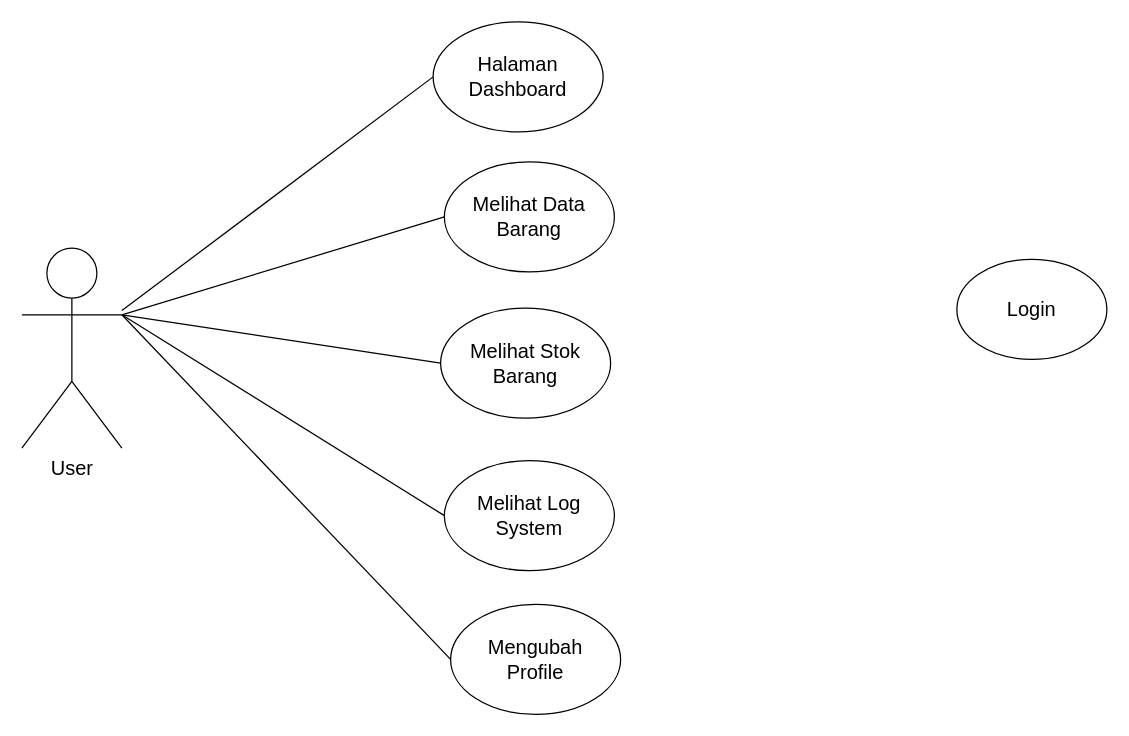
Above: Usecase Diagram GudangKu.drawio in Kantrawibawa10/Draw-I-O (draw.io), before the change. Source tidied: cells renumbered, new cells numbered last; positions are measured from the earlier drawing's top-left corner, leaving out a move shared by most shapes. Both pictures are drawn from the tidied source at 125%, with x=0, y=0 at pixel (21, 21).
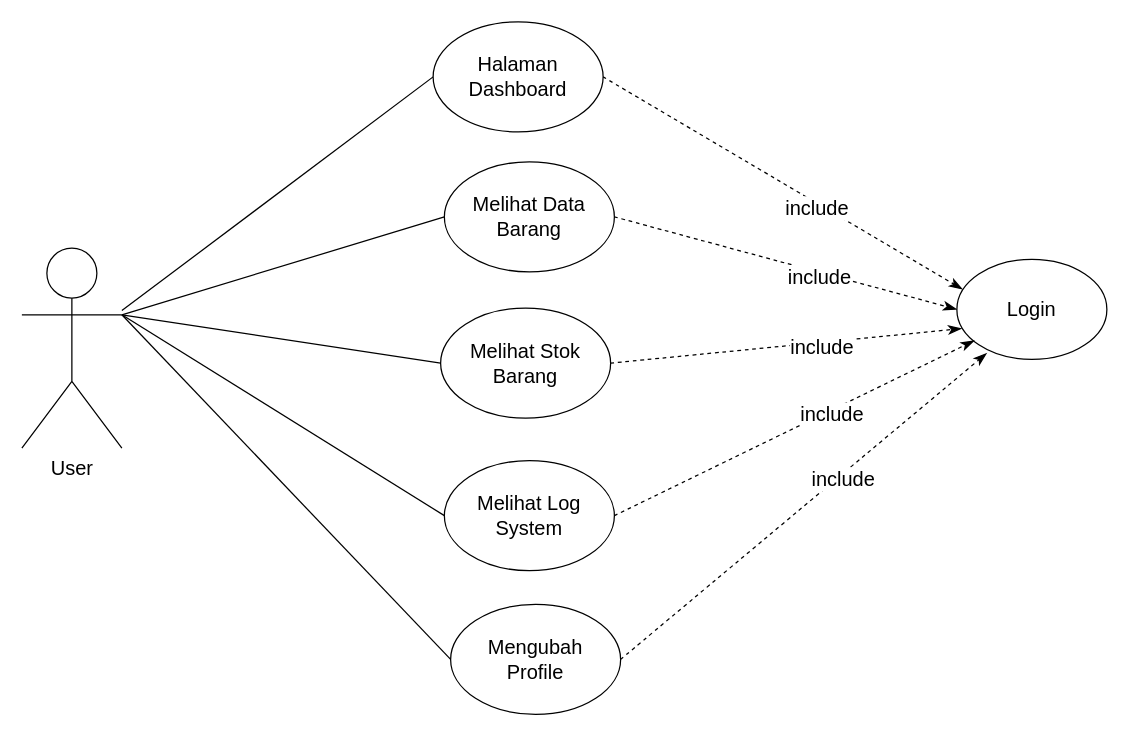
The same diagram, later.

Unchanged cells that the change refers to:
```xml
<mxCell id="5" value="Halaman Dashboard" style="ellipse;whiteSpace=wrap;html=1;fontSize=16;" parent="1" vertex="1">
  <mxGeometry x="329" width="136" height="88" as="geometry" />
</mxCell>
<mxCell id="6" value="Melihat Data Barang" style="ellipse;whiteSpace=wrap;html=1;fontSize=16;" parent="1" vertex="1">
  <mxGeometry x="338" y="112" width="136" height="88" as="geometry" />
</mxCell>
<mxCell id="7" value="Melihat Stok Barang" style="ellipse;whiteSpace=wrap;html=1;fontSize=16;" parent="1" vertex="1">
  <mxGeometry x="335" y="229" width="136" height="88" as="geometry" />
</mxCell>
<mxCell id="9" value="Melihat Log System" style="ellipse;whiteSpace=wrap;html=1;fontSize=16;" parent="1" vertex="1">
  <mxGeometry x="338" y="351" width="136" height="88" as="geometry" />
</mxCell>
<mxCell id="11" value="Mengubah &lt;br&gt;Profile" style="ellipse;whiteSpace=wrap;html=1;fontSize=16;" parent="1" vertex="1">
  <mxGeometry x="343" y="466" width="136" height="88" as="geometry" />
</mxCell>
<mxCell id="13" value="Login" style="ellipse;whiteSpace=wrap;html=1;fontSize=16;" parent="1" vertex="1">
  <mxGeometry x="748" y="190" width="120" height="80" as="geometry" />
</mxCell>
```

Diff of the diagram source:
```diff
@@
+    <mxCell id="14" style="endArrow=classicThin;dashed=1;html=1;rounded=0;fontSize=12;startSize=8;endSize=8;curved=1;entryX=0.039;entryY=0.3;entryDx=0;entryDy=0;exitX=1;exitY=0.5;exitDx=0;exitDy=0;endFill=1;entryPerimeter=0;" parent="1" edge="1" source="5" target="13">
+      <mxGeometry relative="1" as="geometry" />
+    </mxCell>
+    <mxCell id="15" value="include" style="edgeLabel;html=1;align=center;verticalAlign=middle;fontSize=16;" parent="14" vertex="1">
+      <mxGeometry x="0.2" y="-3" relative="1" as="geometry" />
+    </mxCell>
+    <mxCell id="16" style="endArrow=classicThin;dashed=1;html=1;rounded=0;fontSize=12;startSize=8;endSize=8;curved=1;exitX=1;exitY=0.5;exitDx=0;exitDy=0;endFill=1;entryX=0;entryY=0.5;entryDx=0;entryDy=0;" parent="1" edge="1" source="6" target="13">
+      <mxGeometry relative="1" as="geometry" />
+    </mxCell>
+    <mxCell id="17" value="include" style="edgeLabel;html=1;align=center;verticalAlign=middle;fontSize=16;" parent="16" vertex="1">
+      <mxGeometry x="0.2" y="-3" relative="1" as="geometry" />
+    </mxCell>
+    <mxCell id="18" style="endArrow=classicThin;dashed=1;html=1;rounded=0;fontSize=12;startSize=8;endSize=8;curved=1;exitX=1;exitY=0.5;exitDx=0;exitDy=0;endFill=1;entryX=0.033;entryY=0.692;entryDx=0;entryDy=0;entryPerimeter=0;" parent="1" edge="1" source="7" target="13">
+      <mxGeometry relative="1" as="geometry" />
+    </mxCell>
+    <mxCell id="19" value="include" style="edgeLabel;html=1;align=center;verticalAlign=middle;fontSize=16;" parent="18" vertex="1">
+      <mxGeometry x="0.2" y="-3" relative="1" as="geometry" />
+    </mxCell>
+    <mxCell id="20" style="endArrow=classicThin;dashed=1;html=1;rounded=0;fontSize=12;startSize=8;endSize=8;curved=1;exitX=1;exitY=0.5;exitDx=0;exitDy=0;endFill=1;entryX=0.033;entryY=0.692;entryDx=0;entryDy=0;entryPerimeter=0;" parent="1" edge="1" source="9">
+      <mxGeometry relative="1" as="geometry">
+        <mxPoint x="762" y="255" as="targetPoint" />
+      </mxGeometry>
+    </mxCell>
+    <mxCell id="21" value="include" style="edgeLabel;html=1;align=center;verticalAlign=middle;fontSize=16;" parent="20" vertex="1">
+      <mxGeometry x="0.2" y="-3" relative="1" as="geometry" />
+    </mxCell>
+    <mxCell id="22" style="endArrow=classicThin;dashed=1;html=1;rounded=0;fontSize=12;startSize=8;endSize=8;curved=1;exitX=1;exitY=0.5;exitDx=0;exitDy=0;endFill=1;entryX=0.033;entryY=0.692;entryDx=0;entryDy=0;entryPerimeter=0;" parent="1" edge="1" source="11">
+      <mxGeometry relative="1" as="geometry">
+        <mxPoint x="772" y="265" as="targetPoint" />
+      </mxGeometry>
+    </mxCell>
+    <mxCell id="23" value="include" style="edgeLabel;html=1;align=center;verticalAlign=middle;fontSize=16;" parent="22" vertex="1">
+      <mxGeometry x="0.2" y="-3" relative="1" as="geometry" />
+    </mxCell>
```
